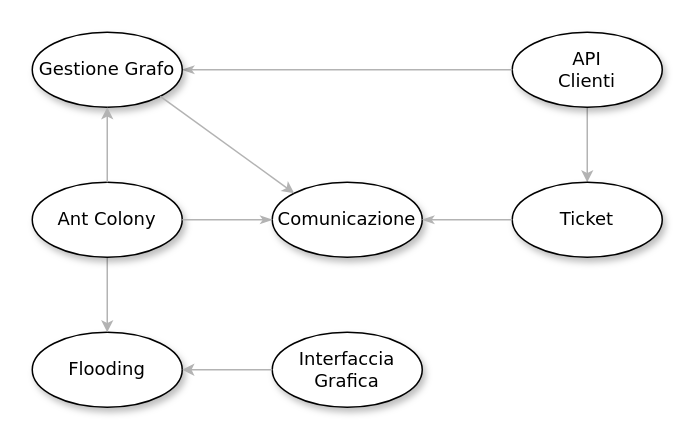
kr0bi/distributed-systems keeps this draw.io diagram as Relazione/diagrams/dependences.drawio. Above is the earlier version. Source tidied: cells renumbered, new cells numbered last; positions are measured from the earlier drawing's top-left corner, leaving out a move shared by most shapes. Both pictures are drawn from the tidied source at 150%, with x=0, y=0 at pixel (32, 32).
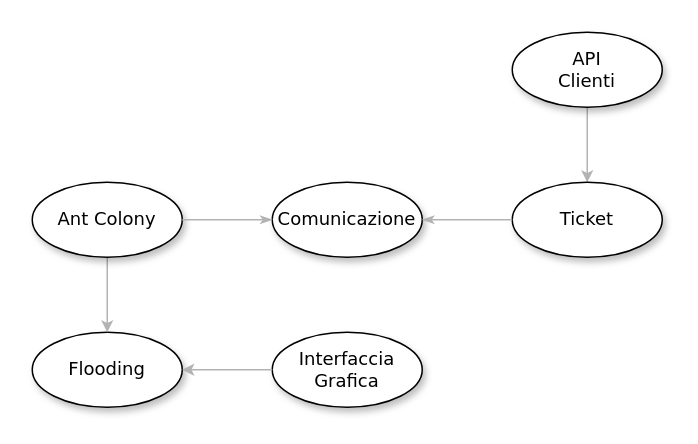
The same page after the edit.

Commit message (it also covers changes not shown here):
Aggiornato dipendenze

What changed in the source:
```diff
@@
 <mxGraphModel>
   <root>
     <mxCell id="0" />
     <mxCell id="1" parent="0" />
     <mxCell id="2" style="edgeStyle=none;rounded=1;html=1;labelBackgroundColor=none;startArrow=classic;startFill=1;startSize=5;endArrow=none;endFill=0;endSize=5;jettySize=auto;strokeColor=#B3B3B3;strokeWidth=1;fontFamily=Verdana;fontSize=12;exitX=0.5;exitY=0;exitDx=0;exitDy=0;" parent="1" edge="1" source="3" target="5">
       <mxGeometry relative="1" as="geometry" />
     </mxCell>
     <mxCell id="3" value="Ticket" style="ellipse;whiteSpace=wrap;html=1;rounded=0;shadow=1;comic=0;labelBackgroundColor=none;strokeWidth=1;fontFamily=Verdana;fontSize=12;align=center;" parent="1" vertex="1">
       <mxGeometry x="320" y="100" width="100" height="50" as="geometry" />
     </mxCell>
     <mxCell id="4" value="Flooding" style="ellipse;whiteSpace=wrap;html=1;rounded=0;shadow=1;comic=0;labelBackgroundColor=none;strokeWidth=1;fontFamily=Verdana;fontSize=12;align=center;" parent="1" vertex="1">
       <mxGeometry y="200" width="100" height="50" as="geometry" />
     </mxCell>
     <mxCell id="5" value="&lt;span&gt;API&lt;br&gt;Clienti&lt;/span&gt;" style="ellipse;whiteSpace=wrap;html=1;rounded=0;shadow=1;comic=0;labelBackgroundColor=none;strokeWidth=1;fontFamily=Verdana;fontSize=12;align=center;" parent="1" vertex="1">
       <mxGeometry x="320" width="100" height="50" as="geometry" />
     </mxCell>
     <mxCell id="6" value="&lt;span&gt;Comunicazione&lt;/span&gt;" style="ellipse;whiteSpace=wrap;html=1;rounded=0;shadow=1;comic=0;labelBackgroundColor=none;strokeWidth=1;fontFamily=Verdana;fontSize=12;align=center;" parent="1" vertex="1">
       <mxGeometry x="160" y="100" width="100" height="50" as="geometry" />
     </mxCell>
     <mxCell id="7" value="Interfaccia Grafica" style="ellipse;whiteSpace=wrap;html=1;rounded=0;shadow=1;comic=0;labelBackgroundColor=none;strokeWidth=1;fontFamily=Verdana;fontSize=12;align=center;" parent="1" vertex="1">
       <mxGeometry x="160" y="200" width="100" height="50" as="geometry" />
     </mxCell>
     <mxCell id="8" style="edgeStyle=none;rounded=1;html=1;labelBackgroundColor=none;startArrow=none;startFill=0;startSize=5;endArrow=classic;endFill=1;endSize=5;jettySize=auto;strokeColor=#B3B3B3;strokeWidth=1;fontFamily=Verdana;fontSize=12;entryX=0.5;entryY=0;entryDx=0;entryDy=0;exitX=0.5;exitY=1;exitDx=0;exitDy=0;" parent="1" edge="1" source="9" target="4">
       <mxGeometry relative="1" as="geometry">
         <Array as="points">
           <mxPoint x="50" y="180" />
         </Array>
       </mxGeometry>
     </mxCell>
     <mxCell id="9" value="&lt;span&gt;Ant Colony&lt;/span&gt;" style="ellipse;whiteSpace=wrap;html=1;rounded=0;shadow=1;comic=0;labelBackgroundColor=none;strokeWidth=1;fontFamily=Verdana;fontSize=12;align=center;" parent="1" vertex="1">
       <mxGeometry y="100" width="100" height="50" as="geometry" />
     </mxCell>
     <mxCell id="10" style="edgeStyle=none;rounded=1;html=1;labelBackgroundColor=none;startArrow=none;startFill=0;startSize=5;endArrow=classicThin;endFill=1;endSize=5;jettySize=auto;strokeColor=#B3B3B3;strokeWidth=1;fontFamily=Verdana;fontSize=12;exitX=1;exitY=0.5;exitDx=0;exitDy=0;" parent="1" edge="1" source="9" target="6">
       <mxGeometry relative="1" as="geometry" />
     </mxCell>
-    <mxCell id="11" style="edgeStyle=none;rounded=1;html=1;labelBackgroundColor=none;startArrow=none;startFill=0;startSize=5;endArrow=classicThin;endFill=1;endSize=5;jettySize=auto;strokeColor=#B3B3B3;strokeWidth=1;fontFamily=Verdana;fontSize=12;exitX=0;exitY=0.5;exitDx=0;exitDy=0;" parent="1" edge="1" source="5" target="12">
-      <mxGeometry relative="1" as="geometry" />
-    </mxCell>
-    <mxCell id="12" value="Gestione Grafo" style="ellipse;whiteSpace=wrap;html=1;rounded=0;shadow=1;comic=0;labelBackgroundColor=none;strokeWidth=1;fontFamily=Verdana;fontSize=12;align=center;" parent="1" vertex="1">
-      <mxGeometry width="100" height="50" as="geometry" />
-    </mxCell>
-    <mxCell id="13" style="edgeStyle=none;rounded=1;html=1;labelBackgroundColor=none;startArrow=classic;startFill=1;startSize=5;endArrow=none;endFill=0;endSize=5;jettySize=auto;strokeColor=#B3B3B3;strokeWidth=1;fontFamily=Verdana;fontSize=12;exitX=0.5;exitY=1;exitDx=0;exitDy=0;entryX=0.5;entryY=0;entryDx=0;entryDy=0;" parent="1" edge="1" source="12" target="9">
-      <mxGeometry relative="1" as="geometry" />
-    </mxCell>
     <mxCell id="14" style="edgeStyle=none;rounded=1;html=1;labelBackgroundColor=none;startArrow=none;startFill=0;startSize=5;endArrow=classicThin;endFill=1;endSize=5;jettySize=auto;strokeColor=#B3B3B3;strokeWidth=1;fontFamily=Verdana;fontSize=12;exitX=0;exitY=0.5;exitDx=0;exitDy=0;entryX=1;entryY=0.5;entryDx=0;entryDy=0;" parent="1" edge="1" source="3" target="6">
       <mxGeometry relative="1" as="geometry" />
     </mxCell>
-    <mxCell id="15" style="edgeStyle=none;rounded=1;html=1;labelBackgroundColor=none;startArrow=classic;startFill=1;startSize=5;endArrow=none;endFill=0;endSize=5;jettySize=auto;strokeColor=#B3B3B3;strokeWidth=1;fontFamily=Verdana;fontSize=12;exitX=0;exitY=0;exitDx=0;exitDy=0;entryX=1;entryY=1;entryDx=0;entryDy=0;" parent="1" edge="1" source="6" target="12">
-      <mxGeometry relative="1" as="geometry" />
-    </mxCell>
     <mxCell id="16" style="edgeStyle=none;rounded=1;html=1;labelBackgroundColor=none;startArrow=classic;startFill=1;startSize=5;endArrow=none;endFill=0;endSize=5;jettySize=auto;strokeColor=#B3B3B3;strokeWidth=1;fontFamily=Verdana;fontSize=12;exitX=1;exitY=0.5;exitDx=0;exitDy=0;entryX=0;entryY=0.5;entryDx=0;entryDy=0;" parent="1" edge="1" source="4" target="7">
       <mxGeometry relative="1" as="geometry" />
     </mxCell>
   </root>
 </mxGraphModel>
```
